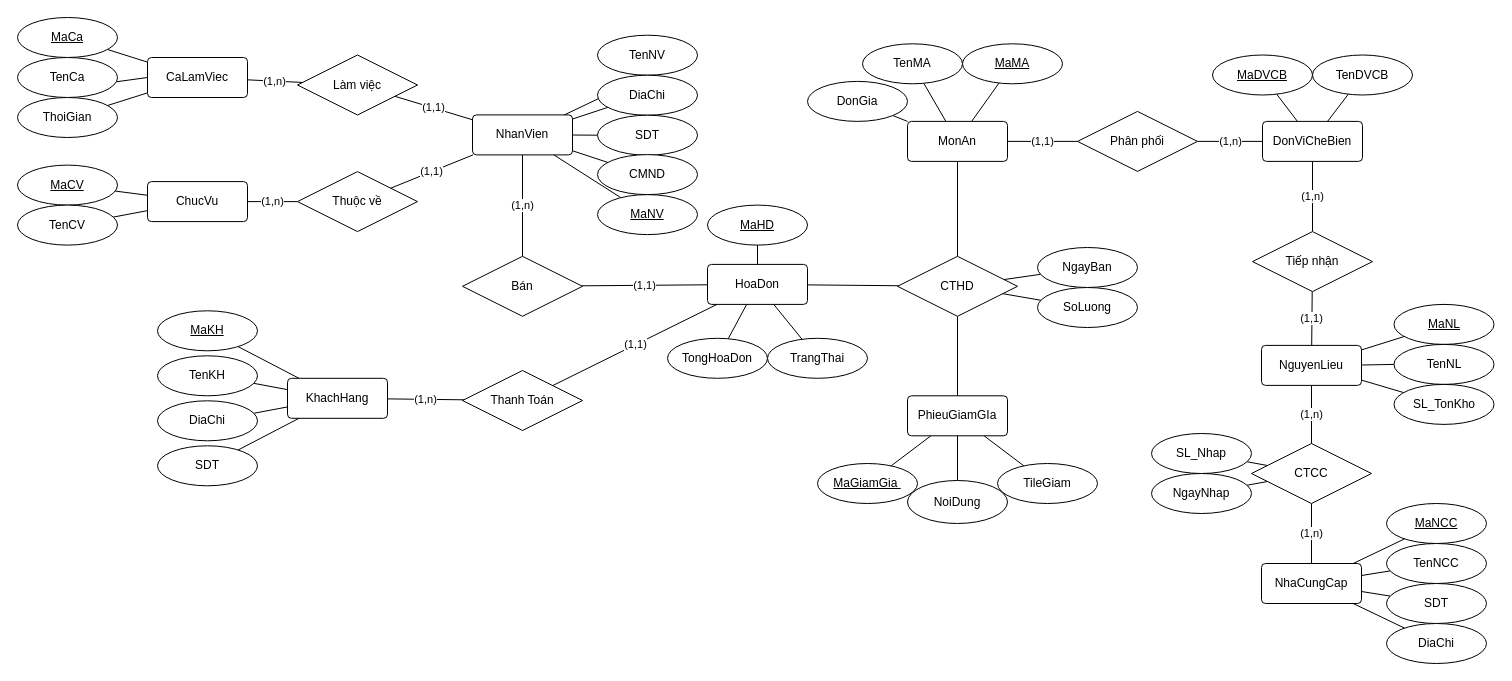
Before: PTTK HTTT/Project/ERD_Project.drawio in EdgarIgnite16/SGU-Course, a draw.io diagram. Source tidied: cells renumbered, new cells numbered last; positions are measured from the earlier drawing's top-left corner, leaving out a move shared by most shapes. Both pictures are drawn from the tidied source at 100%, with x=0, y=0 at pixel (17, 17).
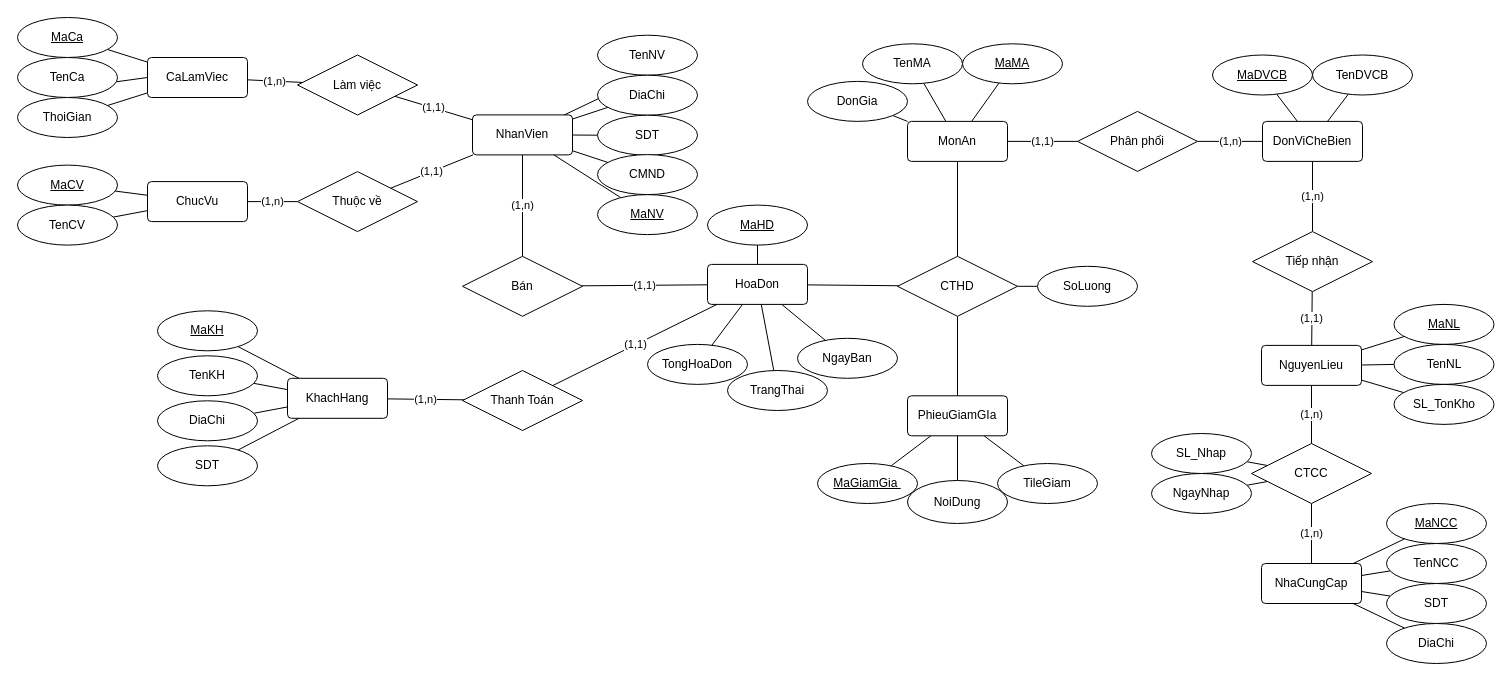
Above is the later version.

Unchanged cells that the change refers to:
```xml
<mxCell id="10" value="HoaDon" style="rounded=1;arcSize=10;whiteSpace=wrap;html=1;align=center;" parent="1" vertex="1">
  <mxGeometry x="690" y="246.9" width="100" height="40" as="geometry" />
</mxCell>
<mxCell id="19" value="CTHD" style="shape=rhombus;perimeter=rhombusPerimeter;whiteSpace=wrap;html=1;align=center;" parent="1" vertex="1">
  <mxGeometry x="880" y="238.8" width="120" height="60" as="geometry" />
</mxCell>
```

Diff of the diagram source:
```diff
@@
+    <mxCell id="111" style="rounded=0;jettySize=auto;html=1;endArrow=none;endFill=0;" parent="1" edge="1" source="10" target="54">
+      <mxGeometry relative="1" as="geometry" />
+    </mxCell>
@@
     <mxCell id="52" value="SoLuong" style="ellipse;whiteSpace=wrap;html=1;align=center;" parent="1" vertex="1">
-      <mxGeometry x="1020" y="270" width="100" height="40" as="geometry" />
+      <mxGeometry x="1020" y="248.8" width="100" height="40" as="geometry" />
     </mxCell>
-    <mxCell id="53" style="edgeStyle=none;rounded=0;jettySize=auto;html=1;endArrow=none;endFill=0;" parent="1" edge="1" source="54" target="19">
-      <mxGeometry relative="1" as="geometry" />
-    </mxCell>
-    <mxCell id="54" value="NgayBan" style="ellipse;whiteSpace=wrap;html=1;align=center;" parent="1" vertex="1">
-      <mxGeometry x="1020" y="230" width="100" height="40" as="geometry" />
-    </mxCell>
@@
     <mxCell id="99" value="TongHoaDon" style="ellipse;whiteSpace=wrap;html=1;align=center;" parent="1" vertex="1">
-      <mxGeometry x="650" y="320.8" width="100" height="40" as="geometry" />
+      <mxGeometry x="630" y="326.9" width="100" height="40" as="geometry" />
     </mxCell>
@@
     <mxCell id="101" value="TrangThai" style="ellipse;whiteSpace=wrap;html=1;align=center;" parent="1" vertex="1">
-      <mxGeometry x="750" y="320.8" width="100" height="40" as="geometry" />
+      <mxGeometry x="710" y="353" width="100" height="40" as="geometry" />
     </mxCell>
@@
+    <mxCell id="54" value="NgayBan" style="ellipse;whiteSpace=wrap;html=1;align=center;" parent="1" vertex="1">
+      <mxGeometry x="780" y="320.8" width="100" height="40" as="geometry" />
+    </mxCell>
```
